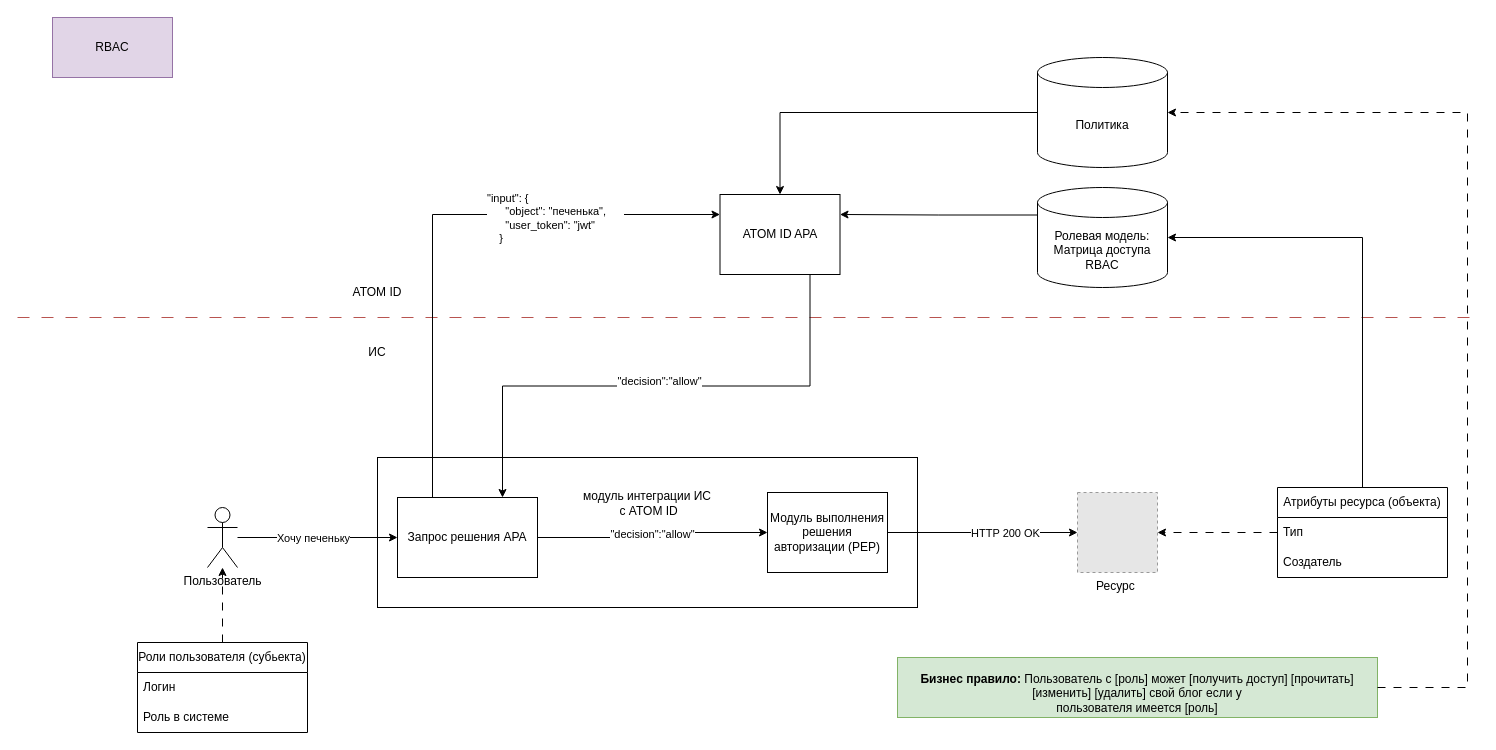
FIR-UIII/notes keeps this draw.io diagram as page "АРХ.AUTHZ.RBAC1" (1 of 5) of AppSec/Арх.паттерны.drawio. Above is the earlier version. Source tidied: cells renumbered, new cells numbered last; positions are measured from the earlier drawing's top-left corner, leaving out a move shared by most shapes. Both pictures are drawn from the tidied source at 100%, with x=0, y=0 at pixel (17, 17). Pictures stored in the file or linked from it are replaced by grey dashed boxes.
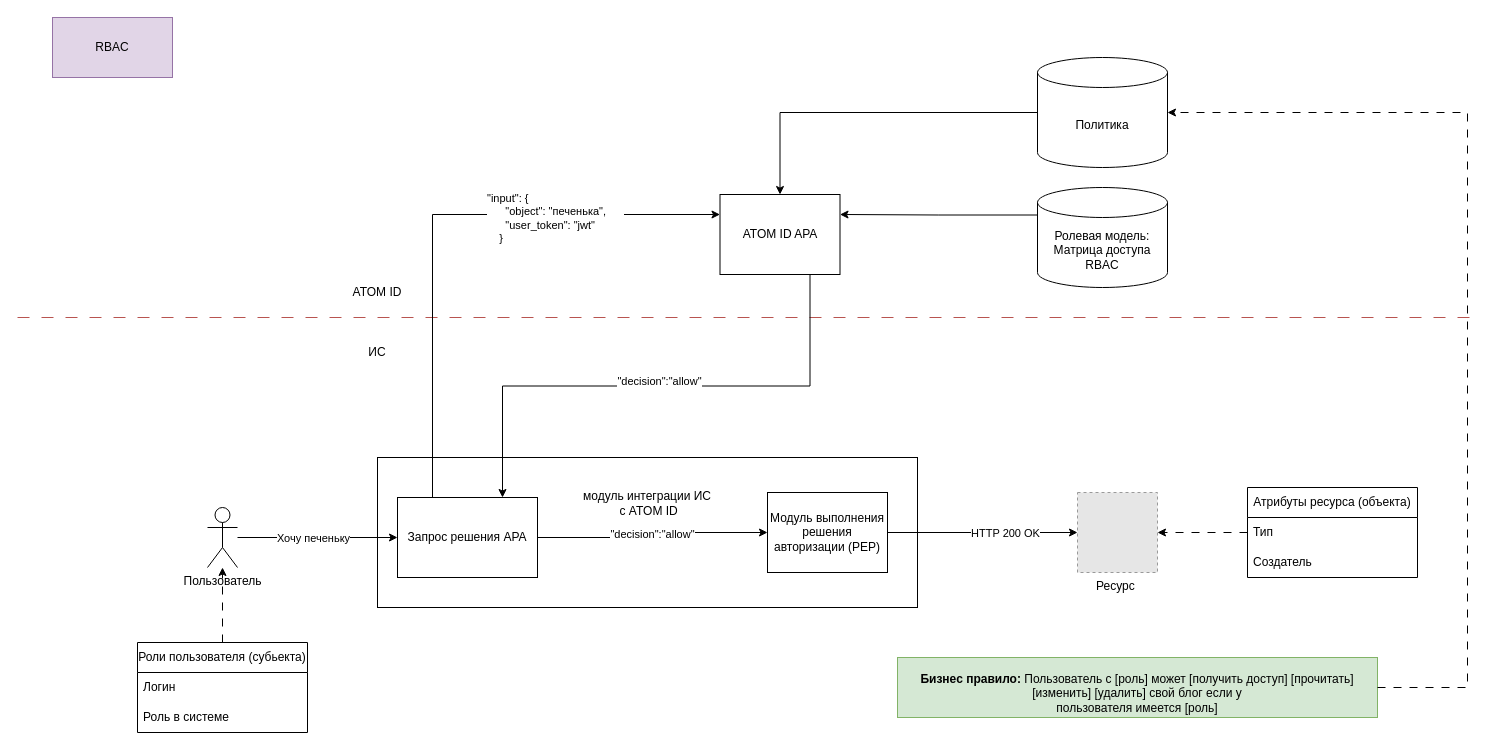
The same page after the edit.

The change refers to these unchanged cells:
```xml
<mxCell id="18" value="Ролевая модель:&lt;br&gt;Матрица доступа RBAC" style="shape=cylinder3;whiteSpace=wrap;html=1;boundedLbl=1;backgroundOutline=1;size=15;" parent="1" vertex="1">
  <mxGeometry x="1020" y="170" width="130" height="100" as="geometry" />
</mxCell>
```

Change to the diagram source:
```diff
@@
     <mxCell id="29" value="Атрибуты ресурса (объекта)" style="swimlane;fontStyle=0;horizontal=1;startSize=30;whiteSpace=wrap;html=1;" parent="1" vertex="1">
-      <mxGeometry x="1260" y="470" width="170" height="90" as="geometry" />
+      <mxGeometry x="1230" y="470" width="170" height="90" as="geometry" />
     </mxCell>
@@
-    <mxCell id="32" style="edgeStyle=orthogonalEdgeStyle;rounded=0;jettySize=auto;html=1;exitX=0.5;exitY=0;exitDx=0;exitDy=0;entryX=1;entryY=0.5;entryDx=0;entryDy=0;entryPerimeter=0;" parent="1" edge="1" source="29" target="18">
-      <mxGeometry relative="1" as="geometry" />
-    </mxCell>
```
